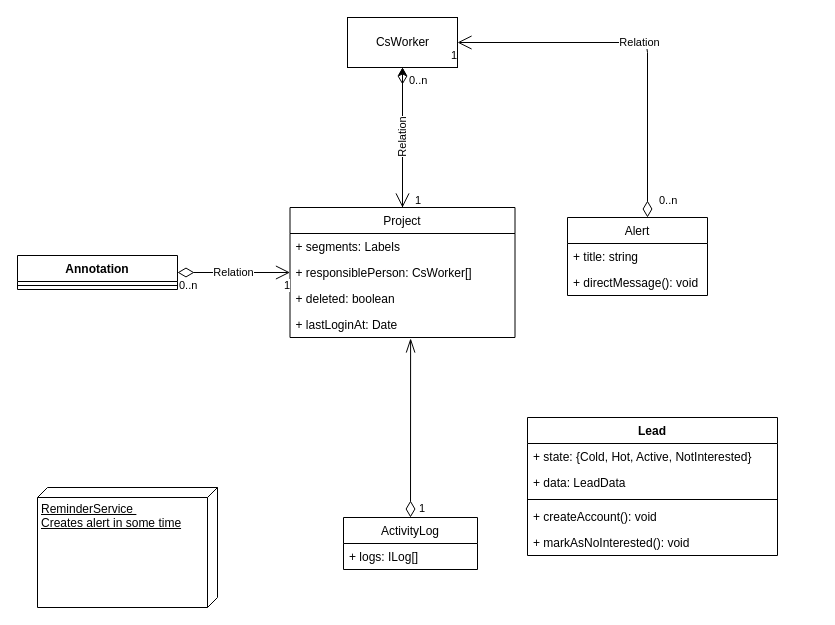
shults/test-task keeps this draw.io diagram as Untitled Diagram.drawio. Above is the earlier version. Source tidied: cells renumbered, new cells numbered last; positions are measured from the earlier drawing's top-left corner, leaving out a move shared by most shapes. Both pictures are drawn from the tidied source at 100%, with x=0, y=0 at pixel (17, 17).
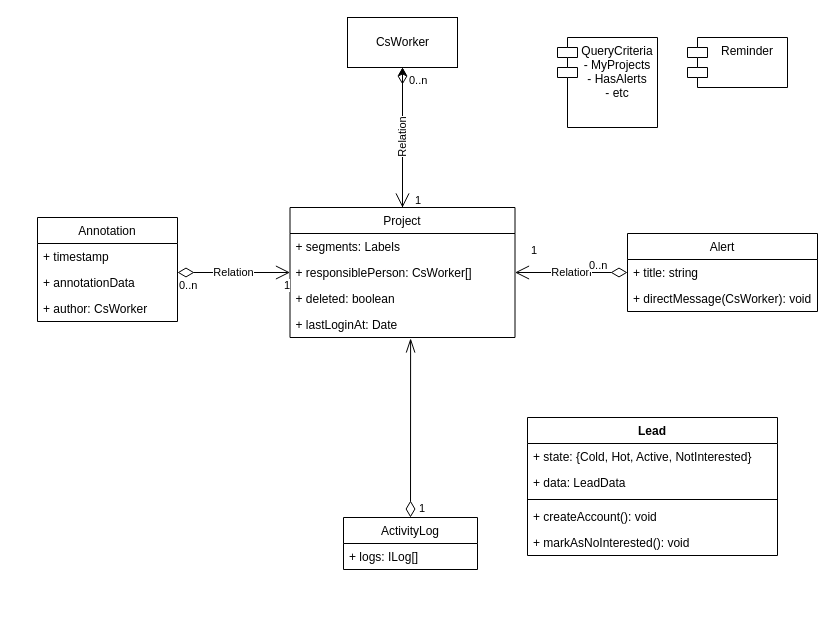
The same page after the edit.

The change refers to these unchanged cells:
```xml
<mxCell id="3" value="CsWorker" style="html=1;" parent="1" vertex="1">
  <mxGeometry x="330" width="110" height="50" as="geometry" />
</mxCell>
<mxCell id="6" value="+ responsiblePerson: CsWorker[]&#10;" style="text;strokeColor=none;fillColor=none;align=left;verticalAlign=top;spacingLeft=4;spacingRight=4;overflow=hidden;points=[[0,0.5],[1,0.5]];portConstraint=eastwest;" parent="4" vertex="1">
  <mxGeometry y="52" width="225" height="26" as="geometry" />
</mxCell>
```

Change to the diagram source:
```diff
@@
-    <mxCell id="10" value="Annotation" style="swimlane;fontStyle=1;align=center;verticalAlign=top;horizontal=1;startSize=26;" parent="1" vertex="1">
-      <mxGeometry y="238" width="160" height="34" as="geometry" />
-    </mxCell>
-    <mxCell id="11" style="line;strokeWidth=1;fillColor=none;align=left;verticalAlign=middle;spacingTop=-1;spacingLeft=3;spacingRight=3;labelPosition=right;" parent="10" vertex="1">
-      <mxGeometry y="26" width="160" height="8" as="geometry" />
-    </mxCell>
-    <mxCell id="12" value="Relation" style="endArrow=open;html=1;endSize=12;startArrow=diamondThin;startSize=14;startFill=0;exitX=1;exitY=0.5;exitDx=0;exitDy=0;entryX=0;entryY=0.5;entryDx=0;entryDy=0;" parent="1" edge="1" source="10" target="6">
-      <mxGeometry relative="1" as="geometry" />
+    <mxCell id="12" value="Relation" style="endArrow=open;html=1;endSize=12;startArrow=diamondThin;startSize=14;startFill=0;exitX=1;exitY=0.5;exitDx=0;exitDy=0;entryX=0;entryY=0.5;entryDx=0;entryDy=0;" parent="1" edge="1" target="6">
+      <mxGeometry relative="1" as="geometry">
+        <mxPoint x="160" y="255" as="sourcePoint" />
+      </mxGeometry>
     </mxCell>
@@
-    <mxCell id="20" value="Alert" style="swimlane;fontStyle=0;horizontal=1;startSize=26;fillColor=none;" parent="1" vertex="1">
-      <mxGeometry x="550" y="200" width="140" height="78" as="geometry" />
-    </mxCell>
-    <mxCell id="21" value="+ title: string" style="text;strokeColor=none;fillColor=none;align=left;verticalAlign=top;spacingLeft=4;spacingRight=4;overflow=hidden;points=[[0,0.5],[1,0.5]];portConstraint=eastwest;" parent="20" vertex="1">
-      <mxGeometry y="26" width="140" height="26" as="geometry" />
-    </mxCell>
-    <mxCell id="22" value="+ directMessage(): void" style="text;strokeColor=none;fillColor=none;align=left;verticalAlign=top;spacingLeft=4;spacingRight=4;overflow=hidden;" parent="20" vertex="1">
-      <mxGeometry y="52" width="140" height="26" as="geometry" />
-    </mxCell>
-    <mxCell id="23" value="Relation" style="endArrow=open;html=1;endSize=12;startArrow=diamondThin;startSize=14;startFill=0;edgeStyle=orthogonalEdgeStyle;shadow=0;strokeWidth=1;align=center;entryX=1;entryY=0.5;entryDx=0;entryDy=0;" parent="1" edge="1" target="3">
-      <mxGeometry relative="1" as="geometry">
-        <mxPoint x="630" y="200" as="sourcePoint" />
-        <Array as="points">
-          <mxPoint x="630" y="25" />
-        </Array>
-      </mxGeometry>
+    <mxCell id="23" value="Relation" style="endArrow=open;html=1;endSize=12;startArrow=diamondThin;startSize=14;startFill=0;shadow=0;strokeWidth=1;align=center;entryX=1;entryY=0.5;entryDx=0;entryDy=0;exitX=0;exitY=0.5;exitDx=0;exitDy=0;" parent="1" edge="1" source="21" target="6">
+      <mxGeometry relative="1" as="geometry" />
     </mxCell>
     <mxCell id="24" value="0..n" style="edgeLabel;html=1;align=left;verticalAlign=top;" parent="23" vertex="1">
       <mxGeometry x="-1" relative="1" as="geometry">
-        <mxPoint x="10" y="-30" as="offset" />
+        <mxPoint x="-40" y="-20" as="offset" />
       </mxGeometry>
     </mxCell>
     <mxCell id="25" value="1" style="edgeLabel;html=1;align=right;verticalAlign=top;" parent="23" vertex="1">
-      <mxGeometry x="1" relative="1" as="geometry" />
+      <mxGeometry x="1" relative="1" as="geometry">
+        <mxPoint x="22.6" y="-35" as="offset" />
+      </mxGeometry>
     </mxCell>
@@
-    <mxCell id="32" value="ReminderService&amp;nbsp;&lt;br&gt;Creates alert in some time" style="verticalAlign=top;align=left;spacingTop=8;spacingLeft=2;spacingRight=12;shape=cube;size=10;direction=south;fontStyle=4;html=1;" parent="1" vertex="1">
-      <mxGeometry x="20" y="470" width="180" height="120" as="geometry" />
-    </mxCell>
+    <mxCell id="20" value="Alert" style="swimlane;fontStyle=0;horizontal=1;startSize=26;fillColor=none;" parent="1" vertex="1">
+      <mxGeometry x="610" y="216" width="190" height="78" as="geometry" />
+    </mxCell>
+    <mxCell id="21" value="+ title: string" style="text;strokeColor=none;fillColor=none;align=left;verticalAlign=top;spacingLeft=4;spacingRight=4;overflow=hidden;points=[[0,0.5],[1,0.5]];portConstraint=eastwest;" parent="20" vertex="1">
+      <mxGeometry y="26" width="190" height="26" as="geometry" />
+    </mxCell>
+    <mxCell id="22" value="+ directMessage(CsWorker): void" style="text;strokeColor=none;fillColor=none;align=left;verticalAlign=top;spacingLeft=4;spacingRight=4;overflow=hidden;" parent="20" vertex="1">
+      <mxGeometry y="52" width="190" height="26" as="geometry" />
+    </mxCell>
+    <mxCell id="10" value="Annotation" style="swimlane;fontStyle=0;horizontal=1;startSize=26;fillColor=none;" parent="1" vertex="1">
+      <mxGeometry x="20" y="200" width="140" height="104" as="geometry" />
+    </mxCell>
+    <mxCell id="33" value="+ timestamp" style="text;strokeColor=none;fillColor=none;align=left;verticalAlign=top;spacingLeft=4;spacingRight=4;overflow=hidden;" parent="10" vertex="1">
+      <mxGeometry y="26" width="140" height="26" as="geometry" />
+    </mxCell>
+    <mxCell id="34" value="+ annotationData" style="text;strokeColor=none;fillColor=none;align=left;verticalAlign=top;spacingLeft=4;spacingRight=4;overflow=hidden;" parent="10" vertex="1">
+      <mxGeometry y="52" width="140" height="26" as="geometry" />
+    </mxCell>
+    <mxCell id="35" value="+ author: CsWorker" style="text;strokeColor=none;fillColor=none;align=left;verticalAlign=top;spacingLeft=4;spacingRight=4;overflow=hidden;" parent="10" vertex="1">
+      <mxGeometry y="78" width="140" height="26" as="geometry" />
+    </mxCell>
+    <mxCell id="36" value="Reminder" style="shape=module;align=left;spacingLeft=20;align=center;verticalAlign=top;" parent="1" vertex="1">
+      <mxGeometry x="670" y="20" width="100" height="50" as="geometry" />
+    </mxCell>
+    <mxCell id="37" value="QueryCriteria&#10;- MyProjects&#10;- HasAlerts&#10;- etc" style="shape=module;align=left;spacingLeft=20;align=center;verticalAlign=top;" parent="1" vertex="1">
+      <mxGeometry x="540" y="20" width="100" height="90" as="geometry" />
+    </mxCell>
```
